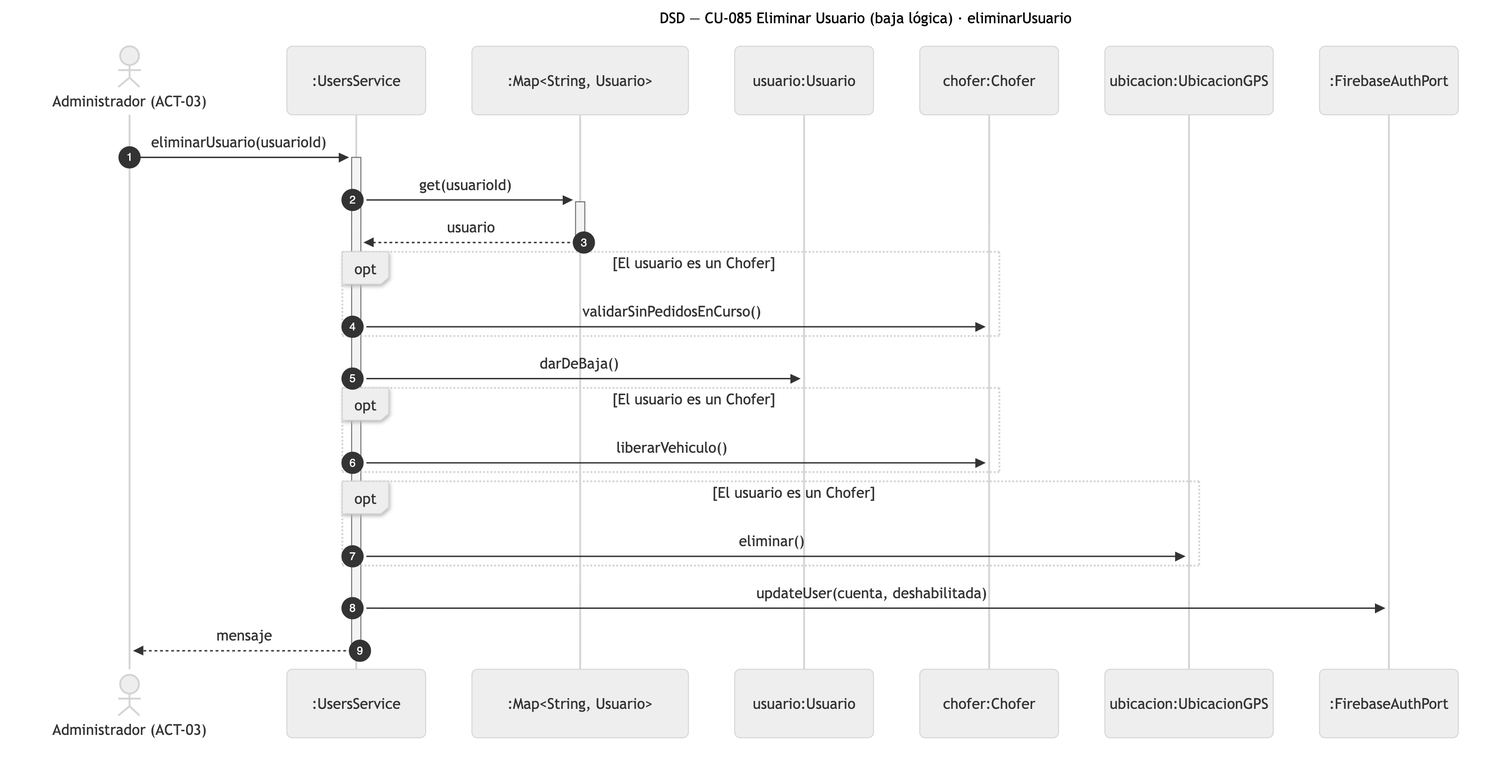
This is diagramas/png/DSD_CU-085_eliminarUsuario.png from Nahuelito-Dev/splg-docs, a Mermaid export, as it was before one commit. Its source is kept beside it as diagramas/DSD_CU-085_eliminarUsuario.mmd.
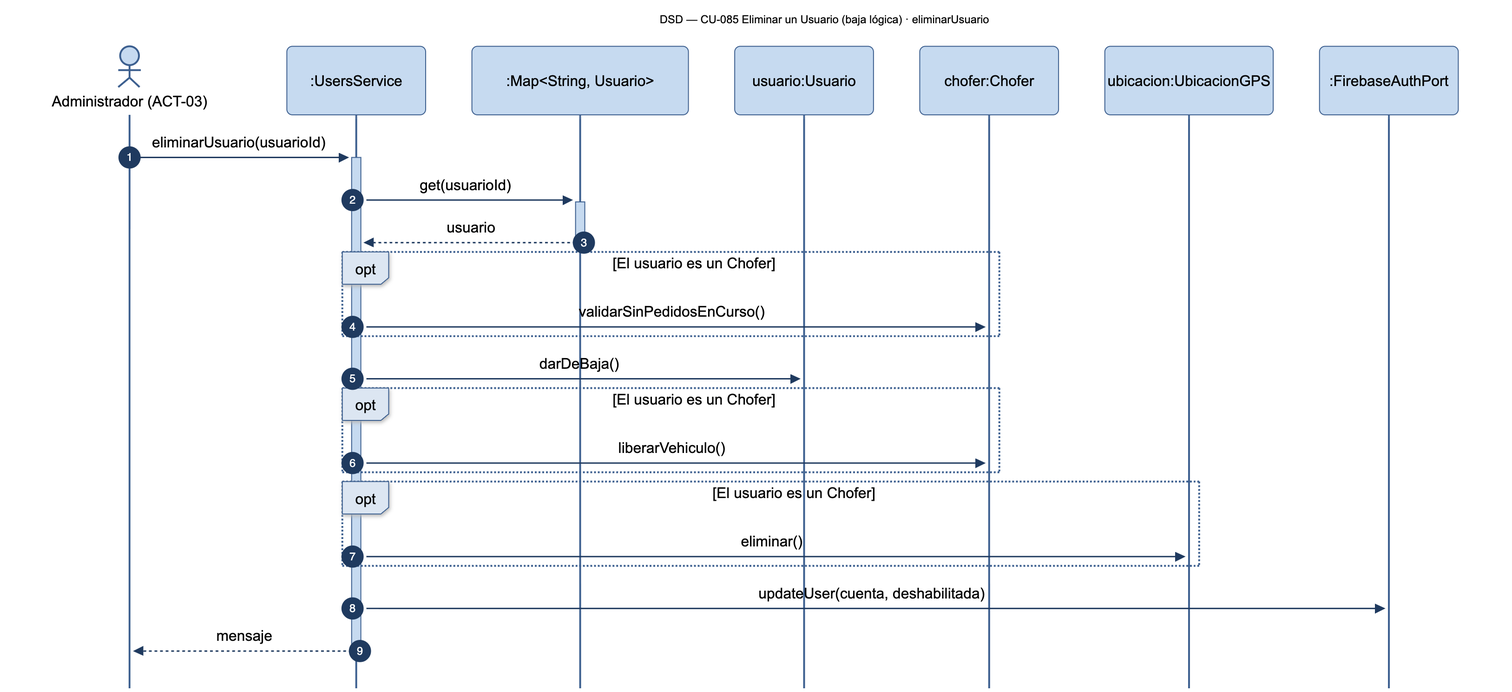
After the change.

Diff of the diagram source:
```diff
@@ -1,5 +1,5 @@
 sequenceDiagram
-    title DSD — CU-085 Eliminar Usuario (baja lógica) · eliminarUsuario
+    title DSD — CU-085 Eliminar un Usuario (baja lógica) · eliminarUsuario
     autonumber
     actor ADM as Administrador (ACT-03)
     participant SRV as :UsersService
```
